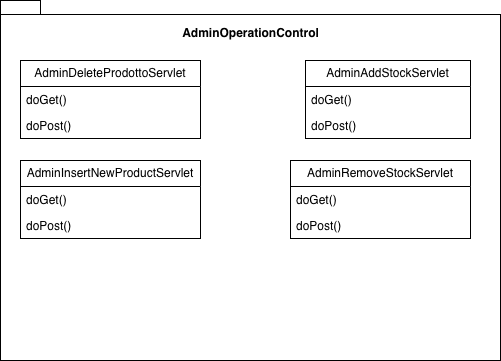
Before: Deliverables/Object Design Document Images/Package Servlet/AdminOperationControl.png, a diagram exported from draw.io (SigsUni/LaCantina). Source tidied: cells renumbered, new cells last; positions are measured from the earlier drawing's top-left corner, leaving out a move shared by most shapes.
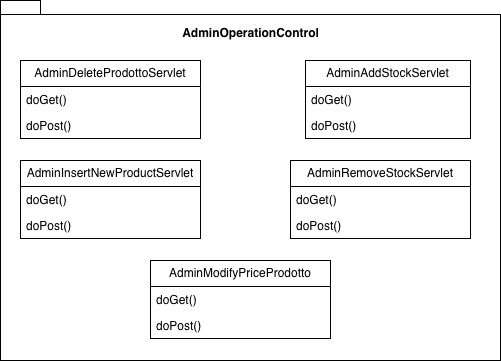
After the commit.

What changed in the source:
```diff
@@ -44,5 +44,14 @@
     <mxCell id="15" value="doPost()" style="text;strokeColor=none;fillColor=none;align=left;verticalAlign=top;spacingLeft=4;spacingRight=4;overflow=hidden;whiteSpace=wrap;html=1;" parent="13" vertex="1">
       <mxGeometry y="52" width="180" height="26" as="geometry" />
     </mxCell>
+    <mxCell id="16" value="AdminModifyPriceProdotto" style="swimlane;fontStyle=0;horizontal=1;startSize=26;fillColor=none;whiteSpace=wrap;html=1;" parent="1" vertex="1">
+      <mxGeometry x="150" y="260" width="180" height="78" as="geometry" />
+    </mxCell>
+    <mxCell id="17" value="doGet()" style="text;strokeColor=none;fillColor=none;align=left;verticalAlign=top;spacingLeft=4;spacingRight=4;overflow=hidden;whiteSpace=wrap;html=1;" parent="16" vertex="1">
+      <mxGeometry y="26" width="180" height="26" as="geometry" />
+    </mxCell>
+    <mxCell id="18" value="doPost()" style="text;strokeColor=none;fillColor=none;align=left;verticalAlign=top;spacingLeft=4;spacingRight=4;overflow=hidden;whiteSpace=wrap;html=1;" parent="16" vertex="1">
+      <mxGeometry y="52" width="180" height="26" as="geometry" />
+    </mxCell>
   </root>
 </mxGraphModel>
```
